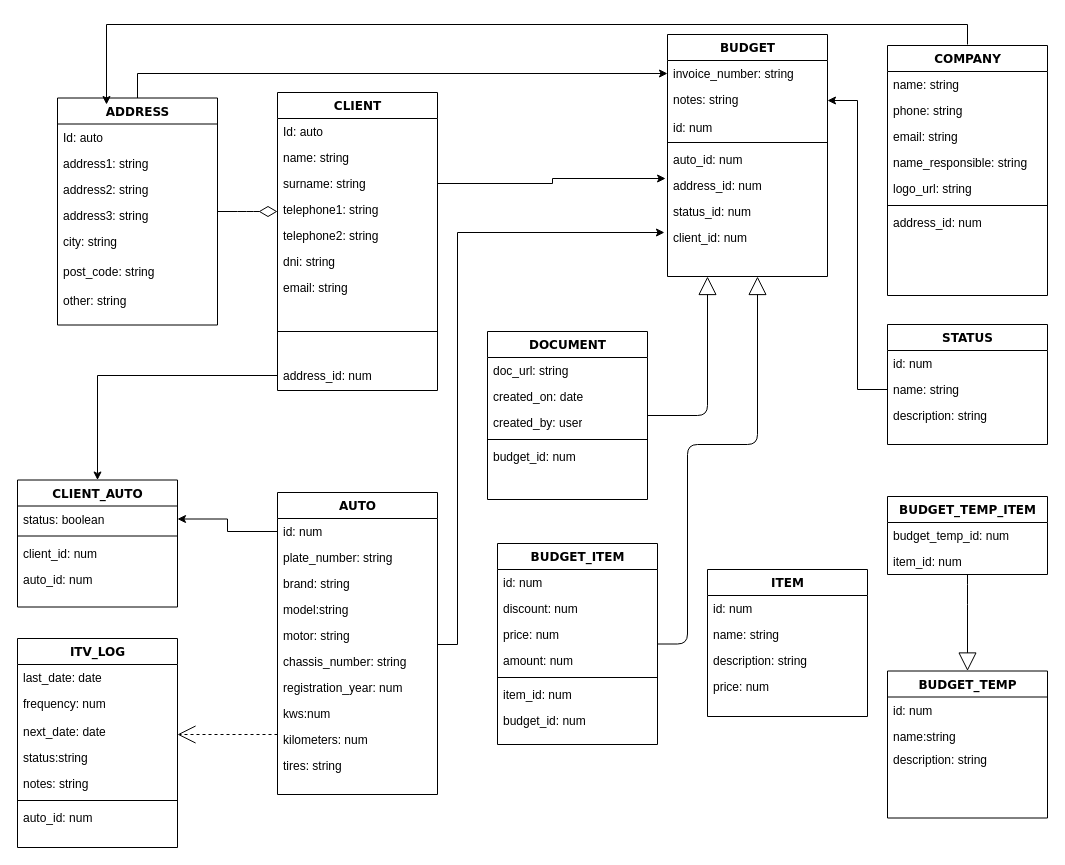
Duende13/Financiauto keeps this draw.io diagram as Finanauto SRC.drawio. Above is the earlier version. Source tidied: cells renumbered, new cells numbered last; positions are measured from the earlier drawing's top-left corner, leaving out a move shared by most shapes. Both pictures are drawn from the tidied source at 100%, with x=0, y=0 at pixel (17, 24).
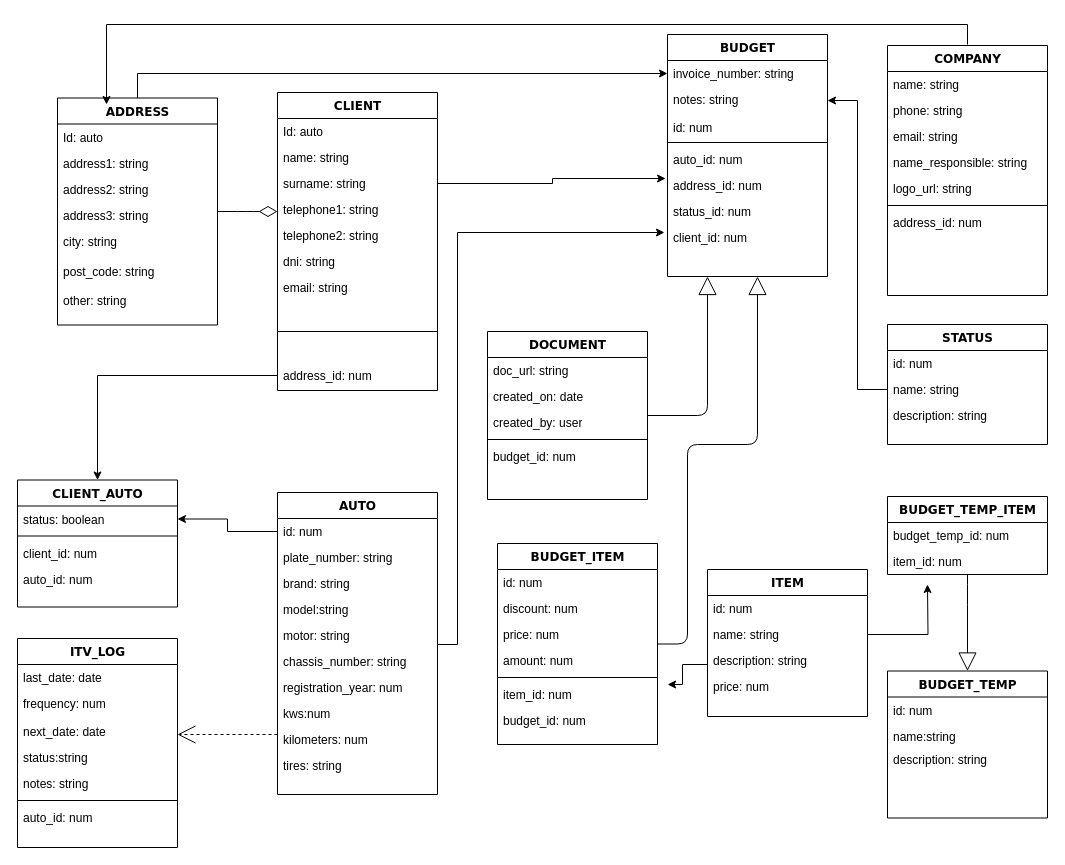
After the change.

Unchanged cells that the change refers to:
```xml
<mxCell id="57" value="item_id: num" style="text;html=1;strokeColor=none;fillColor=none;align=left;verticalAlign=top;spacingLeft=4;spacingRight=4;whiteSpace=wrap;overflow=hidden;points=[[0,0.5],[1,0.5]];portConstraint=eastwest;" parent="51" vertex="1">
  <mxGeometry y="138" width="160" height="26" as="geometry" />
</mxCell>
<mxCell id="72" value="ITEM" style="swimlane;html=1;fontStyle=1;align=center;verticalAlign=top;horizontal=1;startSize=26;swimlaneFillColor=#ffffff;rounded=0;shadow=0;comic=0;labelBackgroundColor=none;strokeColor=#000000;strokeWidth=1;fillColor=none;fontFamily=Verdana;fontSize=12;fontColor=#000000;" parent="1" vertex="1">
  <mxGeometry x="690" y="545" width="160" height="147" as="geometry" />
</mxCell>
<mxCell id="74" value="name: string" style="text;html=1;strokeColor=none;fillColor=none;align=left;verticalAlign=top;spacingLeft=4;spacingRight=4;whiteSpace=wrap;overflow=hidden;points=[[0,0.5],[1,0.5]];portConstraint=eastwest;" parent="72" vertex="1">
  <mxGeometry y="52" width="160" height="26" as="geometry" />
</mxCell>
```

What changed in the source:
```diff
@@
+    <mxCell id="103" style="edgeStyle=orthogonalEdgeStyle;rounded=0;jettySize=auto;html=1;entryX=1.063;entryY=0.115;entryDx=0;entryDy=0;entryPerimeter=0;" parent="1" edge="1" source="72" target="57">
+      <mxGeometry relative="1" as="geometry">
+        <Array as="points">
+          <mxPoint x="665" y="640" />
+          <mxPoint x="665" y="660" />
+        </Array>
+      </mxGeometry>
+    </mxCell>
@@
+    <mxCell id="104" style="edgeStyle=orthogonalEdgeStyle;rounded=0;jettySize=auto;html=1;" parent="1" edge="1" source="74">
+      <mxGeometry relative="1" as="geometry">
+        <mxPoint x="910" y="560" as="targetPoint" />
+      </mxGeometry>
+    </mxCell>
```
